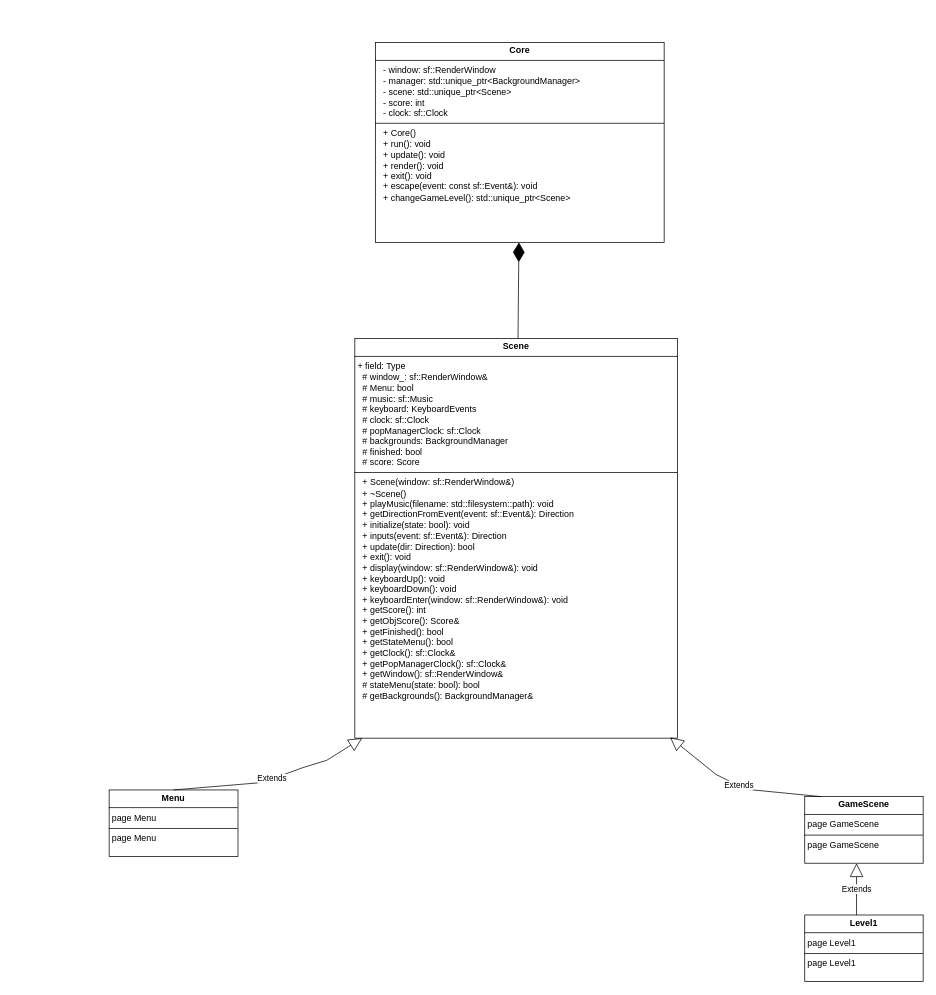
Bird120/FlightToHFT keeps this draw.io diagram as page "Scene" (1 of 5) of Diagramme sans nom.drawio. Above is the earlier version. Source tidied: cells renumbered, new cells numbered last; positions are measured from the earlier drawing's top-left corner, leaving out a move shared by most shapes. Both pictures are drawn from the tidied source at 74%, with x=0, y=0 at pixel (109, 42).
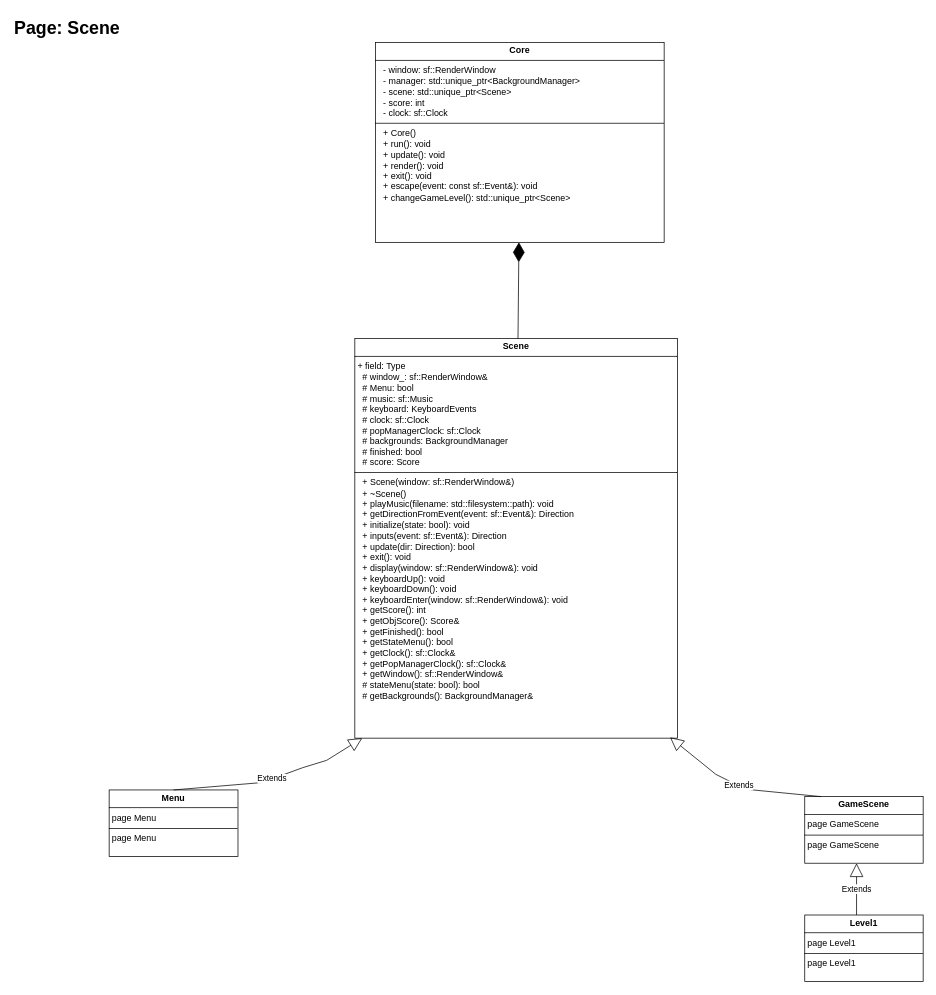
The same page after the edit.

Diff of the diagram source:
```diff
@@
 <mxGraphModel>
   <root>
     <mxCell id="0" />
     <mxCell id="1" parent="0" />
     <mxCell id="2" style="group;" parent="1" vertex="1">
       <mxGeometry width="1100" height="1269" as="geometry" />
     </mxCell>
     <mxCell id="3" value="&lt;p style=&quot;margin:0px;margin-top:4px;text-align:center;&quot;&gt;&lt;b&gt;Core&lt;/b&gt;&lt;/p&gt;&lt;hr size=&quot;1&quot; style=&quot;border-style:solid;&quot;&gt;&lt;p style=&quot;margin:0px;margin-left:4px;&quot;&gt;&amp;nbsp; - window: sf::RenderWindow&lt;br&gt;&amp;nbsp; - manager: std::unique_ptr&amp;lt;BackgroundManager&amp;gt;&lt;br&gt;&amp;nbsp; - scene: std::unique_ptr&amp;lt;Scene&amp;gt;&lt;br&gt;&amp;nbsp; - score: int&lt;br&gt;&amp;nbsp; - clock: sf::Clock&lt;/p&gt;&lt;hr size=&quot;1&quot; style=&quot;border-style:solid;&quot;&gt;&lt;p style=&quot;margin:0px;margin-left:4px;&quot;&gt;&amp;nbsp; + Core()&lt;br&gt;&amp;nbsp; + run(): void&lt;br&gt;&amp;nbsp; + update(): void&lt;br&gt;&amp;nbsp; + render(): void&lt;br&gt;&amp;nbsp; + exit(): void&lt;br&gt;&amp;nbsp; + escape(event: const sf::Event&amp;amp;): void&lt;br&gt;&amp;nbsp; + changeGameLevel(): std::unique_ptr&amp;lt;Scene&amp;gt;&lt;/p&gt;" style="verticalAlign=top;align=left;overflow=fill;html=1;whiteSpace=wrap;" parent="2" vertex="1">
       <mxGeometry x="360" width="390" height="270" as="geometry" />
     </mxCell>
     <mxCell id="4" value="&lt;p style=&quot;margin:0px;margin-top:4px;text-align:center;&quot;&gt;&lt;b&gt;Scene&lt;/b&gt;&lt;/p&gt;&lt;hr size=&quot;1&quot; style=&quot;border-style:solid;&quot;&gt;&lt;p style=&quot;margin:0px;margin-left:4px;&quot;&gt;+ field: Type&lt;/p&gt;&lt;p style=&quot;margin:0px;margin-left:4px;&quot;&gt;&amp;nbsp; # window_: sf::RenderWindow&amp;amp;&lt;br&gt;&amp;nbsp; # Menu: bool&lt;br&gt;&amp;nbsp; # music: sf::Music&lt;br&gt;&amp;nbsp; # keyboard: KeyboardEvents&lt;br&gt;&amp;nbsp; # clock: sf::Clock&lt;br&gt;&amp;nbsp; # popManagerClock: sf::Clock&lt;br&gt;&amp;nbsp; # backgrounds: BackgroundManager&lt;br&gt;&amp;nbsp; # finished: bool&lt;br&gt;&amp;nbsp; # score: Score&lt;/p&gt;&lt;hr size=&quot;1&quot; style=&quot;border-style:solid;&quot;&gt;&lt;p style=&quot;margin:0px;margin-left:4px;&quot;&gt;&amp;nbsp; + Scene(window: sf::RenderWindow&amp;amp;)&lt;br&gt;&amp;nbsp; + ~Scene()&lt;br&gt;&amp;nbsp; + playMusic(filename: std::filesystem::path): void&lt;br&gt;&amp;nbsp; + getDirectionFromEvent(event: sf::Event&amp;amp;): Direction&lt;br&gt;&amp;nbsp; + initialize(state: bool): void&lt;br&gt;&amp;nbsp; + inputs(event: sf::Event&amp;amp;): Direction&lt;br&gt;&amp;nbsp; + update(dir: Direction): bool&lt;br&gt;&amp;nbsp; + exit(): void&lt;br&gt;&amp;nbsp; + display(window: sf::RenderWindow&amp;amp;): void&lt;br&gt;&amp;nbsp; + keyboardUp(): void&lt;br&gt;&amp;nbsp; + keyboardDown(): void&lt;br&gt;&amp;nbsp; + keyboardEnter(window: sf::RenderWindow&amp;amp;): void&lt;br&gt;&amp;nbsp; + getScore(): int&lt;br&gt;&amp;nbsp; + getObjScore(): Score&amp;amp;&lt;br&gt;&amp;nbsp; + getFinished(): bool&lt;br&gt;&amp;nbsp; + getStateMenu(): bool&lt;br&gt;&amp;nbsp; + getClock(): sf::Clock&amp;amp;&lt;br&gt;&amp;nbsp; + getPopManagerClock(): sf::Clock&amp;amp;&lt;br&gt;&amp;nbsp; + getWindow(): sf::RenderWindow&amp;amp;&lt;/p&gt;&lt;p style=&quot;margin:0px;margin-left:4px;&quot;&gt;&amp;nbsp; # stateMenu(state: bool): bool&lt;br&gt;&amp;nbsp; # getBackgrounds(): BackgroundManager&amp;amp;&lt;/p&gt;" style="verticalAlign=top;align=left;overflow=fill;html=1;whiteSpace=wrap;" parent="2" vertex="1">
       <mxGeometry x="332" y="400" width="436" height="540" as="geometry" />
     </mxCell>
     <mxCell id="5" style="endArrow=diamondThin;endFill=1;endSize=24;html=1;rounded=0;" parent="2" edge="1" source="4" target="3">
       <mxGeometry relative="1" as="geometry" />
     </mxCell>
     <mxCell id="6" value="&lt;p style=&quot;margin:0px;margin-top:4px;text-align:center;&quot;&gt;&lt;b&gt;Menu&lt;/b&gt;&lt;/p&gt;&lt;hr size=&quot;1&quot; style=&quot;border-style:solid;&quot;&gt;&lt;p style=&quot;margin:0px;margin-left:4px;&quot;&gt;page Menu&lt;/p&gt;&lt;hr size=&quot;1&quot; style=&quot;border-style:solid;&quot;&gt;&lt;p style=&quot;margin:0px;margin-left:4px;&quot;&gt;page Menu&lt;/p&gt;" style="verticalAlign=top;align=left;overflow=fill;html=1;whiteSpace=wrap;" parent="2" vertex="1">
       <mxGeometry y="1010" width="174.1" height="90" as="geometry" />
     </mxCell>
     <mxCell id="7" value="Extends" style="endArrow=block;endSize=16;endFill=0;html=1;rounded=0;exitX=0.5;exitY=0;exitDx=0;exitDy=0;entryX=0.023;entryY=1;entryDx=0;entryDy=0;entryPerimeter=0;" parent="2" edge="1" target="4">
       <mxGeometry relative="1" as="geometry">
         <mxPoint x="87.1" y="1010" as="sourcePoint" />
         <Array as="points">
           <mxPoint x="206.8" y="1000" />
           <mxPoint x="261.2" y="980" />
           <mxPoint x="293.9" y="970" />
         </Array>
       </mxGeometry>
     </mxCell>
     <mxCell id="8" value="&lt;p style=&quot;margin:0px;margin-top:4px;text-align:center;&quot;&gt;&lt;b&gt;GameScene&lt;/b&gt;&lt;/p&gt;&lt;hr size=&quot;1&quot; style=&quot;border-style:solid;&quot;&gt;&lt;p style=&quot;margin:0px;margin-left:4px;&quot;&gt;page GameScene&lt;/p&gt;&lt;hr size=&quot;1&quot; style=&quot;border-style:solid;&quot;&gt;&lt;p style=&quot;margin:0px;margin-left:4px;&quot;&gt;page GameScene&lt;/p&gt;" style="verticalAlign=top;align=left;overflow=fill;html=1;whiteSpace=wrap;" parent="2" vertex="1">
       <mxGeometry x="940" y="1019" width="160" height="90" as="geometry" />
     </mxCell>
     <mxCell id="9" value="&lt;p style=&quot;margin:0px;margin-top:4px;text-align:center;&quot;&gt;&lt;b&gt;Level1&lt;/b&gt;&lt;/p&gt;&lt;hr size=&quot;1&quot; style=&quot;border-style:solid;&quot;&gt;&lt;p style=&quot;margin:0px;margin-left:4px;&quot;&gt;page Level1&lt;span style=&quot;white-space: pre;&quot;&gt;&#9;&lt;/span&gt;&lt;span style=&quot;white-space: pre;&quot;&gt;&#9;&lt;/span&gt;&lt;/p&gt;&lt;hr size=&quot;1&quot; style=&quot;border-style:solid;&quot;&gt;&lt;p style=&quot;margin:0px;margin-left:4px;&quot;&gt;page Level1&lt;/p&gt;" style="verticalAlign=top;align=left;overflow=fill;html=1;whiteSpace=wrap;" parent="2" vertex="1">
       <mxGeometry x="940" y="1179" width="160" height="90" as="geometry" />
     </mxCell>
     <mxCell id="10" value="Extends" style="endArrow=block;endSize=16;endFill=0;html=1;rounded=0;exitX=0.45;exitY=-0.011;exitDx=0;exitDy=0;exitPerimeter=0;entryX=0.977;entryY=0.998;entryDx=0;entryDy=0;entryPerimeter=0;" parent="2" edge="1" target="4">
       <mxGeometry relative="1" as="geometry">
         <mxPoint x="962" y="1019" as="sourcePoint" />
         <Array as="points">
           <mxPoint x="860" y="1009" />
           <mxPoint x="820" y="989" />
         </Array>
       </mxGeometry>
     </mxCell>
     <mxCell id="11" value="Extends" style="endArrow=block;endSize=16;endFill=0;html=1;rounded=0;" parent="2" edge="1">
       <mxGeometry relative="1" as="geometry">
         <mxPoint x="1010" y="1179" as="sourcePoint" />
         <mxPoint x="1010" y="1109" as="targetPoint" />
       </mxGeometry>
     </mxCell>
+    <mxCell id="12" value="&lt;b&gt;&lt;font style=&quot;font-size: 24px;&quot;&gt;Page: Scene&lt;/font&gt;&lt;/b&gt;" style="text;whiteSpace=wrap;html=1;" parent="1" vertex="1">
+      <mxGeometry x="-130" y="-40" width="160" height="40" as="geometry" />
+    </mxCell>
   </root>
 </mxGraphModel>
```
